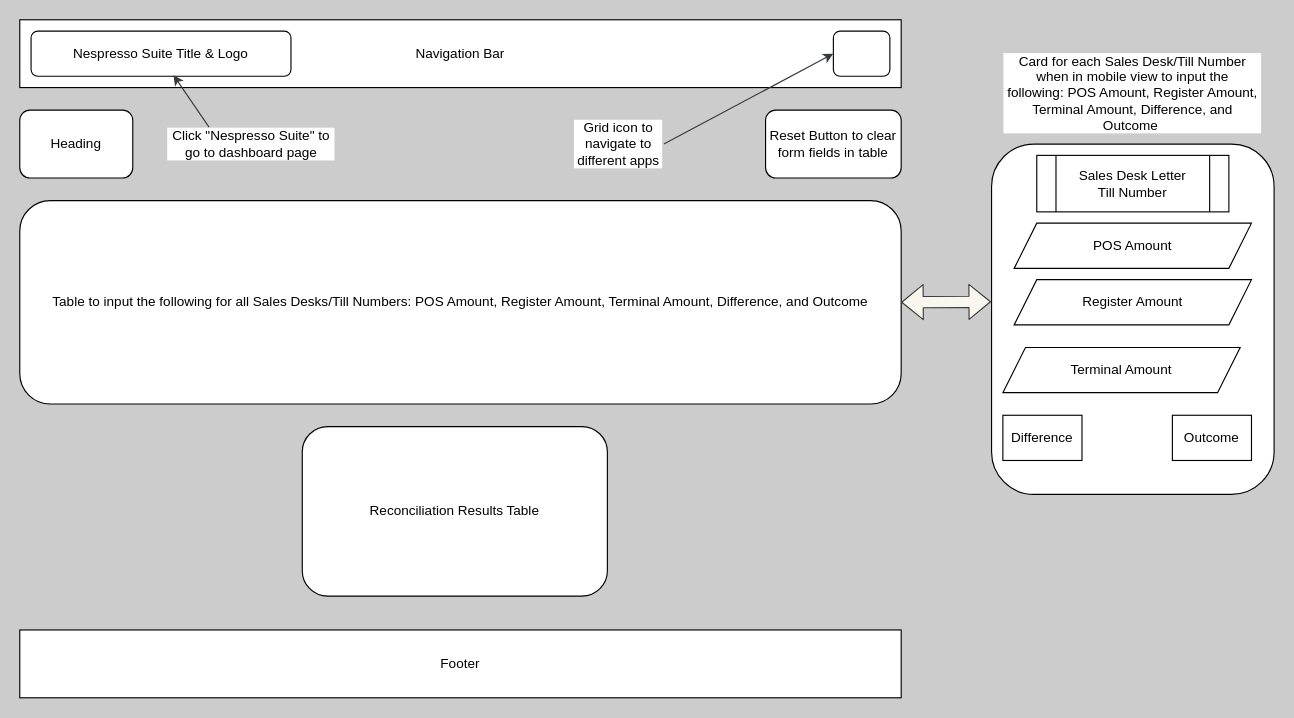
Before: README_Images/CardReconciliation.drawio in kjeshang/nespresso-suite, a draw.io diagram. Source tidied: cells renumbered, new cells numbered last; positions are measured from the earlier drawing's top-left corner, leaving out a move shared by most shapes. Both pictures are drawn from the tidied source at 113%, with x=0, y=0 at pixel (19, 19).
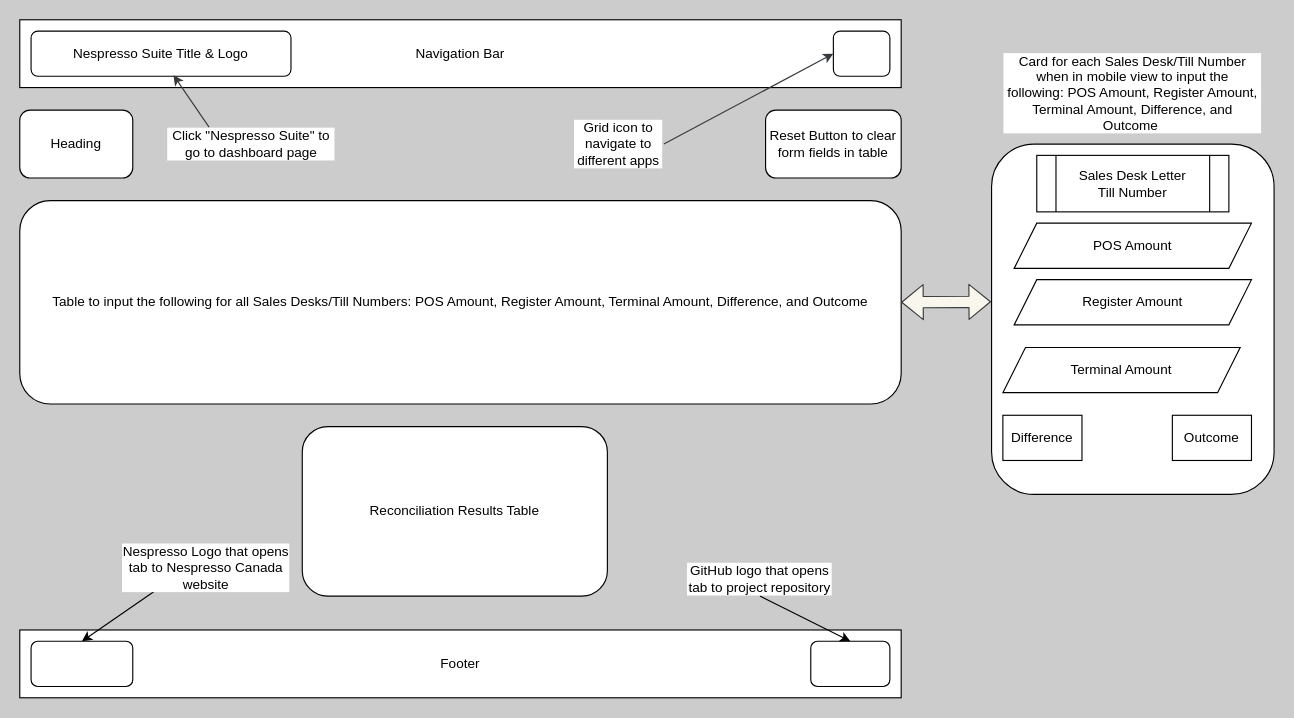
After the change.

The edit, as a diff of the source:
```diff
@@
+    <mxCell id="23" style="rounded=1;whiteSpace=wrap;html=1;" parent="1" vertex="1">
+      <mxGeometry x="10" y="550" width="90" height="40" as="geometry" />
+    </mxCell>
+    <mxCell id="24" style="rounded=1;whiteSpace=wrap;html=1;" parent="1" vertex="1">
+      <mxGeometry x="700" y="550" width="70" height="40" as="geometry" />
+    </mxCell>
+    <mxCell id="25" style="edgeStyle=none;html=1;exitX=0.25;exitY=1;exitDx=0;exitDy=0;entryX=0.5;entryY=0;entryDx=0;entryDy=0;" parent="1" edge="1" source="26" target="23">
+      <mxGeometry relative="1" as="geometry" />
+    </mxCell>
+    <mxCell id="26" value="Nespresso Logo that opens tab to Nespresso Canada website" style="text;html=1;align=center;verticalAlign=middle;whiteSpace=wrap;rounded=0;labelBackgroundColor=#FFFFFF;" parent="1" vertex="1">
+      <mxGeometry x="90" y="470" width="150" height="30" as="geometry" />
+    </mxCell>
+    <mxCell id="27" style="edgeStyle=none;html=1;exitX=0.5;exitY=1;exitDx=0;exitDy=0;entryX=0.5;entryY=0;entryDx=0;entryDy=0;" parent="1" edge="1" source="28" target="24">
+      <mxGeometry relative="1" as="geometry" />
+    </mxCell>
+    <mxCell id="28" value="GitHub logo that opens tab to project repository" style="text;html=1;align=center;verticalAlign=middle;whiteSpace=wrap;rounded=0;labelBackgroundColor=#FFFFFF;" parent="1" vertex="1">
+      <mxGeometry x="590" y="480" width="130" height="30" as="geometry" />
+    </mxCell>
```
